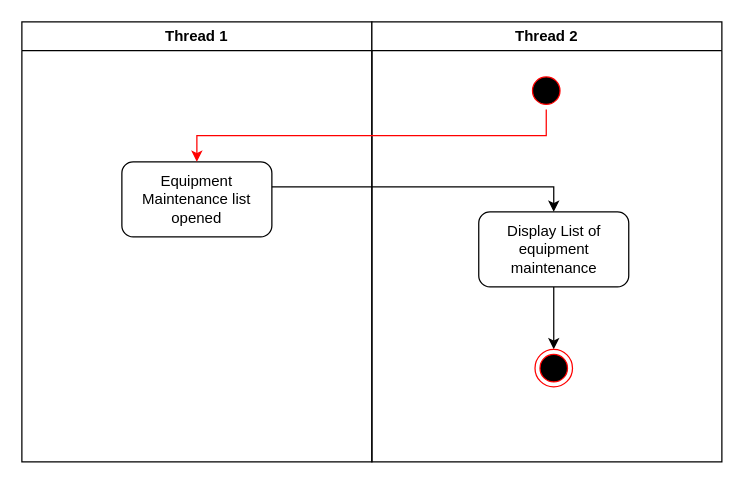
Earlier version of the draw.io diagram AD_AccessEquipmentUndergoingMaintenance.drawio (JamesMace/drawIo). Source tidied: cells renumbered, new cells numbered last; positions are measured from the earlier drawing's top-left corner, leaving out a move shared by most shapes. Both pictures are drawn from the tidied source at 125%, with x=0, y=0 at pixel (21, 21).
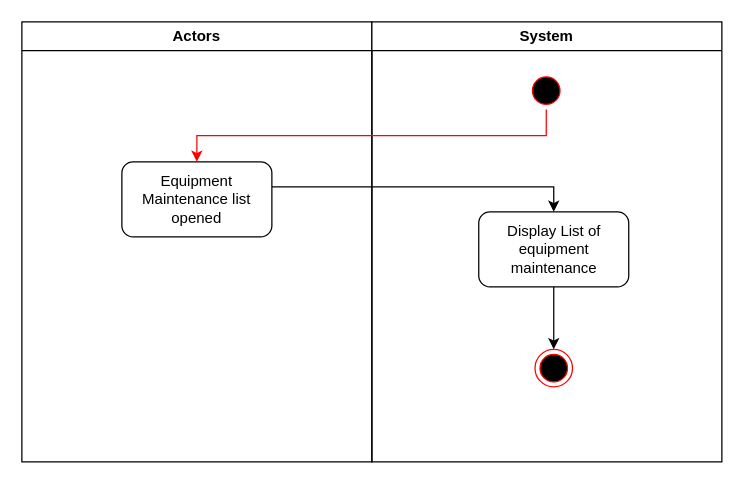
The same diagram, later.

Diff of the diagram source:
```diff
@@
 <mxGraphModel background="#ffffff">
   <root>
     <mxCell id="0" />
     <mxCell id="1" parent="0" />
-    <mxCell id="2" value="Thread 1" style="swimlane;whiteSpace=wrap;" parent="1" vertex="1">
+    <mxCell id="2" value="Actors" style="swimlane;whiteSpace=wrap;" parent="1" vertex="1">
       <mxGeometry width="280" height="352" as="geometry" />
     </mxCell>
     <mxCell id="3" value="Equipment Maintenance list opened" style="rounded=1;whiteSpace=wrap;html=1;" parent="2" vertex="1">
       <mxGeometry x="80" y="112" width="120" height="60" as="geometry" />
     </mxCell>
-    <mxCell id="4" value="Thread 2" style="swimlane;whiteSpace=wrap;" parent="1" vertex="1">
+    <mxCell id="4" value="System" style="swimlane;whiteSpace=wrap;" parent="1" vertex="1">
       <mxGeometry x="280" width="280" height="352" as="geometry" />
     </mxCell>
     <mxCell id="5" style="ellipse;shape=startState;fillColor=#000000;strokeColor=#ff0000;" parent="4" vertex="1">
       <mxGeometry x="124.5" y="40" width="30" height="30" as="geometry" />
     </mxCell>
     <mxCell id="6" style="edgeStyle=orthogonalEdgeStyle;rounded=0;jettySize=auto;html=1;exitX=0.5;exitY=1;exitDx=0;exitDy=0;entryX=0.5;entryY=0;entryDx=0;entryDy=0;strokeColor=#000000;" parent="4" edge="1" source="7" target="8">
       <mxGeometry relative="1" as="geometry" />
     </mxCell>
     <mxCell id="7" value="Display List of equipment maintenance" style="rounded=1;whiteSpace=wrap;html=1;" parent="4" vertex="1">
       <mxGeometry x="85.5" y="152" width="120" height="60" as="geometry" />
     </mxCell>
     <mxCell id="8" style="ellipse;html=1;shape=endState;fillColor=#000000;strokeColor=#ff0000;" parent="4" vertex="1">
       <mxGeometry x="130.5" y="262" width="30" height="30" as="geometry" />
     </mxCell>
     <mxCell id="9" style="edgeStyle=orthogonalEdgeStyle;rounded=0;jettySize=auto;html=1;exitX=0.5;exitY=1;exitDx=0;exitDy=0;entryX=0.5;entryY=0;entryDx=0;entryDy=0;strokeColor=#FF0000;" parent="1" edge="1" source="5" target="3">
       <mxGeometry relative="1" as="geometry" />
     </mxCell>
     <mxCell id="10" style="edgeStyle=orthogonalEdgeStyle;rounded=0;jettySize=auto;html=1;strokeColor=#000000;entryX=0.5;entryY=0;entryDx=0;entryDy=0;" parent="1" edge="1" source="3" target="7">
       <mxGeometry relative="1" as="geometry">
         <Array as="points">
           <mxPoint x="425" y="132" />
         </Array>
       </mxGeometry>
     </mxCell>
   </root>
 </mxGraphModel>
```
